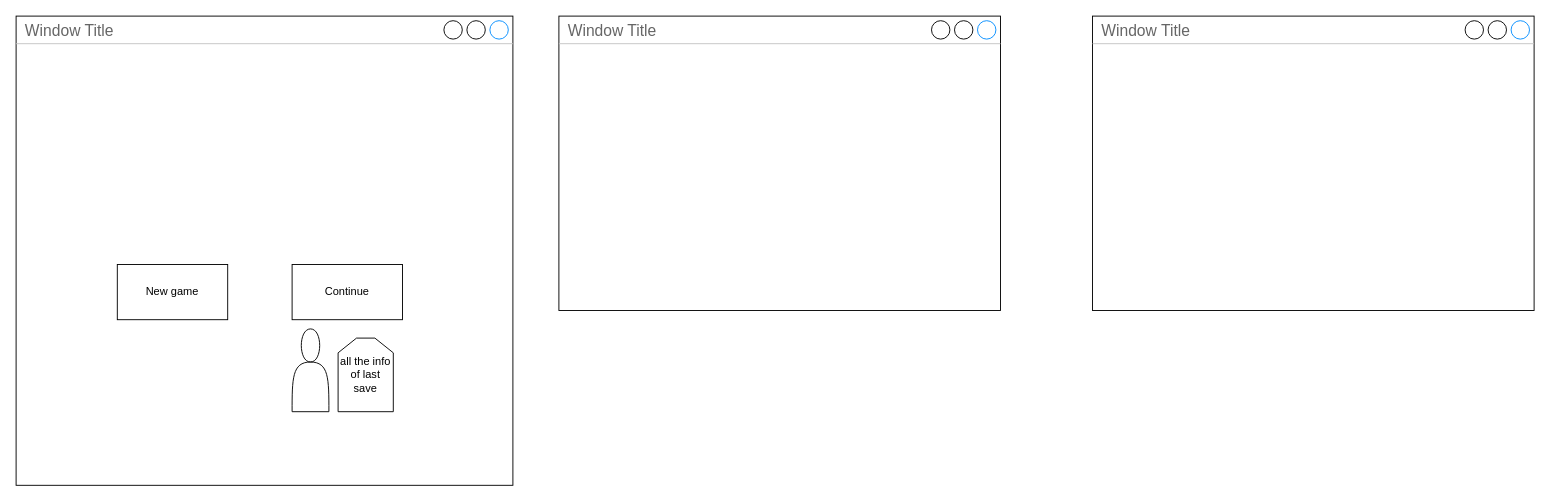
Before: Design folder/start menu.drawio in ASDAH-Digtal/gaming-assignment-2-TevitaManu, a draw.io diagram. Source tidied: cells renumbered, new cells numbered last; positions are measured from the earlier drawing's top-left corner, leaving out a move shared by most shapes. Both pictures are drawn from the tidied source at 92%, with x=0, y=0 at pixel (16, 16).
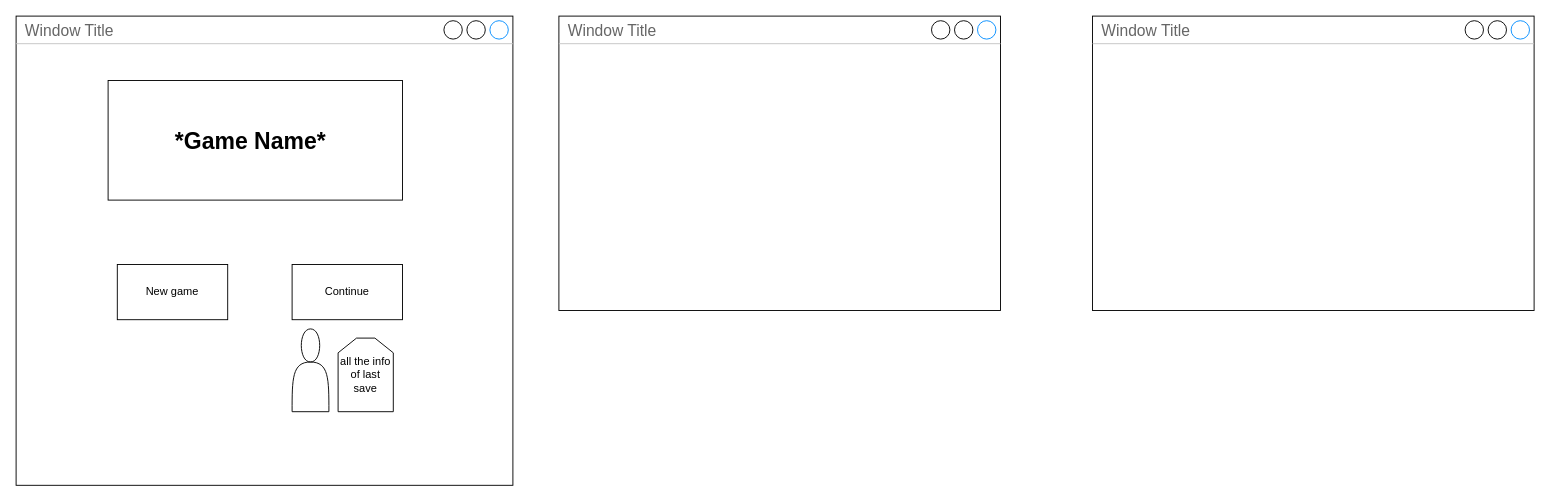
After the change.

Change to the diagram source:
```diff
@@
 <mxGraphModel>
   <root>
     <mxCell id="0" />
     <mxCell id="1" parent="0" />
     <mxCell id="2" value="Window Title" style="strokeWidth=1;shadow=0;dashed=0;align=center;html=1;shape=mxgraph.mockup.containers.window;align=left;verticalAlign=top;spacingLeft=8;strokeColor2=#008cff;strokeColor3=#c4c4c4;fontColor=#666666;mainText=;fontSize=17;labelBackgroundColor=none;" parent="1" vertex="1">
       <mxGeometry width="540" height="510" as="geometry" />
     </mxCell>
     <mxCell id="3" value="Window Title" style="strokeWidth=1;shadow=0;dashed=0;align=center;html=1;shape=mxgraph.mockup.containers.window;align=left;verticalAlign=top;spacingLeft=8;strokeColor2=#008cff;strokeColor3=#c4c4c4;fontColor=#666666;mainText=;fontSize=17;labelBackgroundColor=none;" parent="1" vertex="1">
       <mxGeometry x="1170" width="480" height="320" as="geometry" />
     </mxCell>
     <mxCell id="4" value="Window Title" style="strokeWidth=1;shadow=0;dashed=0;align=center;html=1;shape=mxgraph.mockup.containers.window;align=left;verticalAlign=top;spacingLeft=8;strokeColor2=#008cff;strokeColor3=#c4c4c4;fontColor=#666666;mainText=;fontSize=17;labelBackgroundColor=none;" parent="1" vertex="1">
       <mxGeometry x="590" width="480" height="320" as="geometry" />
     </mxCell>
     <mxCell id="5" value="New game" style="rounded=0;whiteSpace=wrap;html=1;" parent="1" vertex="1">
       <mxGeometry x="110" y="270" width="120" height="60" as="geometry" />
     </mxCell>
     <mxCell id="6" value="Continue" style="rounded=0;whiteSpace=wrap;html=1;" parent="1" vertex="1">
       <mxGeometry x="300" y="270" width="120" height="60" as="geometry" />
     </mxCell>
     <mxCell id="7" style="shape=actor;whiteSpace=wrap;html=1;" parent="1" vertex="1">
       <mxGeometry x="300" y="340" width="40" height="90" as="geometry" />
     </mxCell>
     <mxCell id="8" value="all the info of last save" style="shape=loopLimit;whiteSpace=wrap;html=1;" parent="1" vertex="1">
       <mxGeometry x="350" y="350" width="60" height="80" as="geometry" />
     </mxCell>
+    <mxCell id="9" value="&lt;p style=&quot;line-height: 120%;&quot;&gt;&lt;br&gt;&lt;/p&gt;" style="rounded=0;whiteSpace=wrap;html=1;" parent="1" vertex="1">
+      <mxGeometry x="100" y="70" width="320" height="130" as="geometry" />
+    </mxCell>
+    <mxCell id="10" value="&lt;b&gt;&lt;font style=&quot;font-size: 25px;&quot;&gt;*Game Name*&lt;/font&gt;&lt;/b&gt;" style="text;html=1;strokeColor=none;fillColor=none;align=center;verticalAlign=middle;whiteSpace=wrap;rounded=0;" parent="1" vertex="1">
+      <mxGeometry x="160" y="120" width="190" height="30" as="geometry" />
+    </mxCell>
   </root>
 </mxGraphModel>
```
